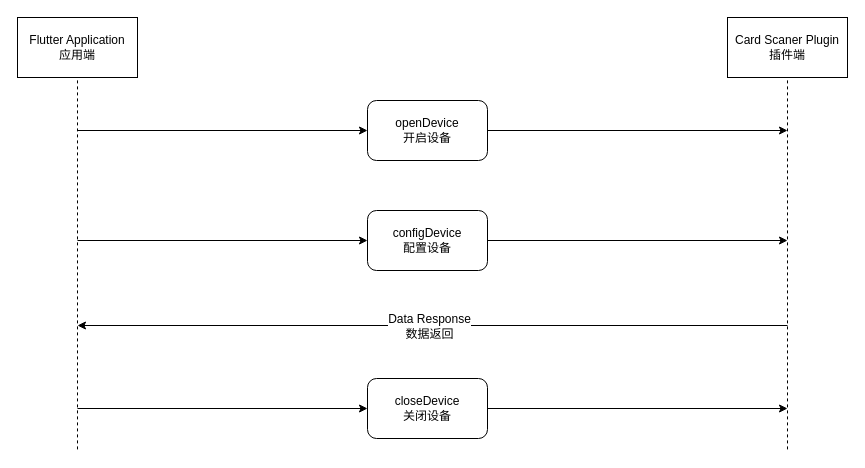
Above: card_scaner.drawio in ChenWes/card_scaner (draw.io), before the change. Source tidied: cells renumbered, new cells numbered last; positions are measured from the earlier drawing's top-left corner, leaving out a move shared by most shapes. Both pictures are drawn from the tidied source at 100%, with x=0, y=0 at pixel (17, 17).
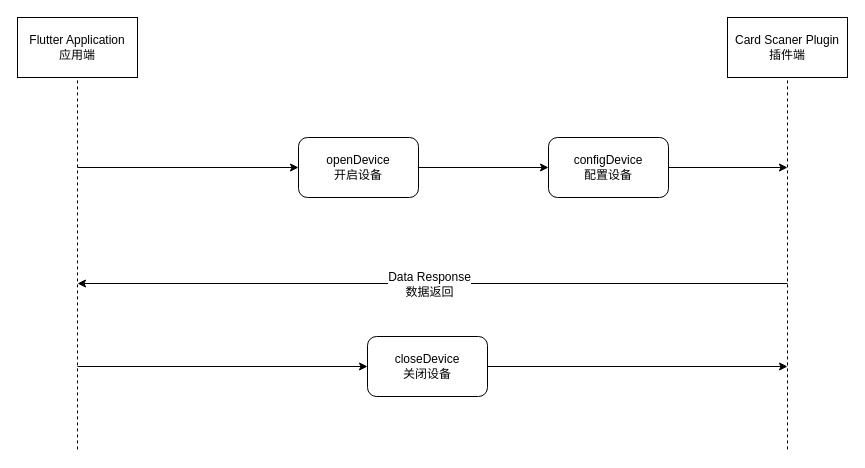
The same page after the edit.

Commit message (it also covers changes not shown here):
重复获取权限逻辑更改说明

* 重复获取权限逻辑更改说明

The edit, as a diff of the source:
```diff
@@
-    <mxCell id="6" style="endArrow=classic;html=1;" parent="1" edge="1" source="7">
+    <mxCell id="6" style="endArrow=classic;html=1;" parent="1" edge="1" source="10">
       <mxGeometry relative="1" as="geometry">
-        <mxPoint x="770" y="113" as="targetPoint" />
+        <mxPoint x="770" y="150" as="targetPoint" />
       </mxGeometry>
     </mxCell>
     <mxCell id="7" value="openDevice&lt;br&gt;开启设备" style="rounded=1;whiteSpace=wrap;html=1;" parent="1" vertex="1">
-      <mxGeometry x="350" y="83" width="120" height="60" as="geometry" />
+      <mxGeometry x="281" y="120" width="120" height="60" as="geometry" />
     </mxCell>
     <mxCell id="8" style="endArrow=classic;html=1;" parent="1" edge="1" target="7">
       <mxGeometry relative="1" as="geometry">
-        <mxPoint x="60" y="113" as="sourcePoint" />
+        <mxPoint x="60" y="150" as="sourcePoint" />
       </mxGeometry>
     </mxCell>
-    <mxCell id="9" style="endArrow=classic;html=1;" parent="1" edge="1" source="10">
-      <mxGeometry relative="1" as="geometry">
-        <mxPoint x="770" y="223" as="targetPoint" />
-      </mxGeometry>
-    </mxCell>
-    <mxCell id="10" value="configDevice&lt;br&gt;配置设备" style="rounded=1;whiteSpace=wrap;html=1;" parent="1" vertex="1">
-      <mxGeometry x="350" y="193" width="120" height="60" as="geometry" />
-    </mxCell>
-    <mxCell id="11" style="endArrow=classic;html=1;" parent="1" edge="1" target="10">
-      <mxGeometry relative="1" as="geometry">
-        <mxPoint x="60" y="223" as="sourcePoint" />
-      </mxGeometry>
-    </mxCell>
     <mxCell id="12" style="endArrow=classic;html=1;" parent="1" edge="1" source="13">
       <mxGeometry relative="1" as="geometry">
-        <mxPoint x="770" y="391" as="targetPoint" />
+        <mxPoint x="770" y="349" as="targetPoint" />
       </mxGeometry>
     </mxCell>
     <mxCell id="13" value="closeDevice&lt;br&gt;关闭设备" style="rounded=1;whiteSpace=wrap;html=1;" parent="1" vertex="1">
-      <mxGeometry x="350" y="361" width="120" height="60" as="geometry" />
+      <mxGeometry x="350" y="319" width="120" height="60" as="geometry" />
     </mxCell>
     <mxCell id="14" style="endArrow=classic;html=1;" parent="1" edge="1" target="13">
       <mxGeometry relative="1" as="geometry">
-        <mxPoint x="60" y="391" as="sourcePoint" />
+        <mxPoint x="60" y="349" as="sourcePoint" />
       </mxGeometry>
     </mxCell>
     <mxCell id="15" style="endArrow=classic;html=1;" parent="1" edge="1">
       <mxGeometry relative="1" as="geometry">
-        <mxPoint x="770" y="308" as="sourcePoint" />
-        <mxPoint x="60" y="308" as="targetPoint" />
+        <mxPoint x="770" y="266" as="sourcePoint" />
+        <mxPoint x="60" y="266" as="targetPoint" />
       </mxGeometry>
     </mxCell>
@@
+    <mxCell id="10" value="configDevice&lt;br&gt;配置设备" style="rounded=1;whiteSpace=wrap;html=1;" parent="1" vertex="1">
+      <mxGeometry x="531" y="120" width="120" height="60" as="geometry" />
+    </mxCell>
+    <mxCell id="17" style="endArrow=classic;html=1;" parent="1" edge="1" source="7" target="10">
+      <mxGeometry relative="1" as="geometry" />
+    </mxCell>
```
